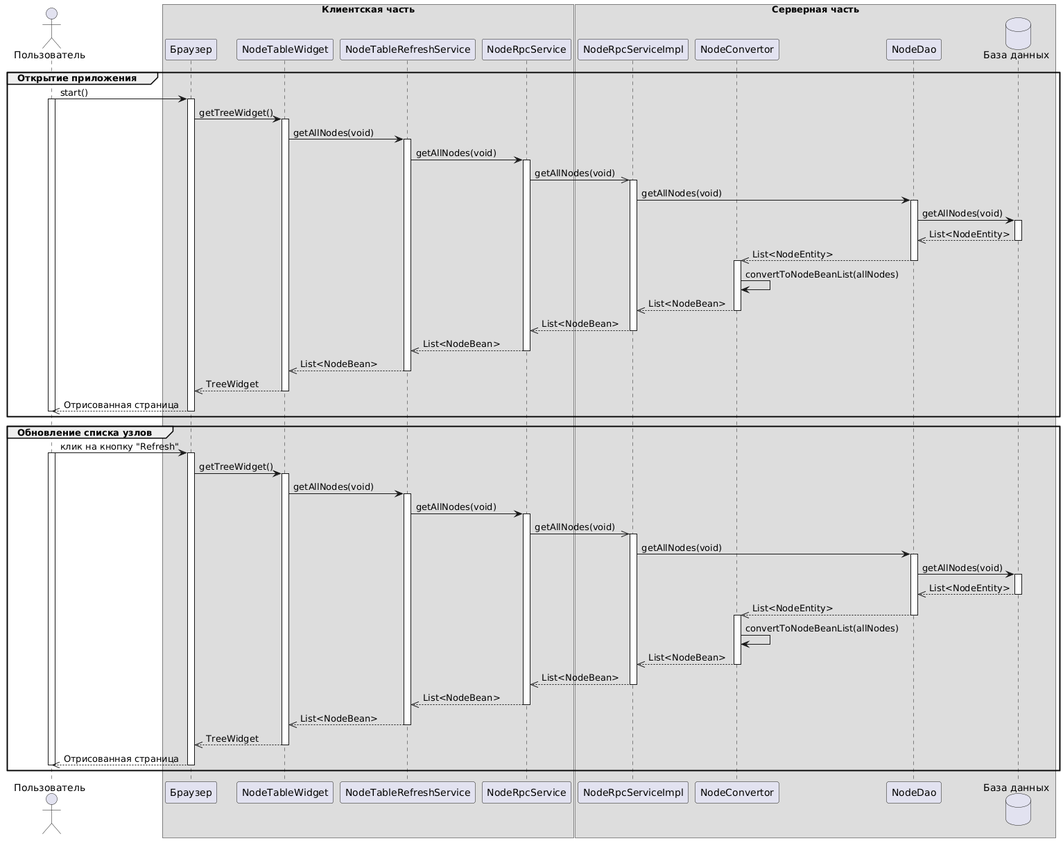
Earlier version of the PlantUML export docs/sequence-diagram.png (dbespa/gwt-tree).
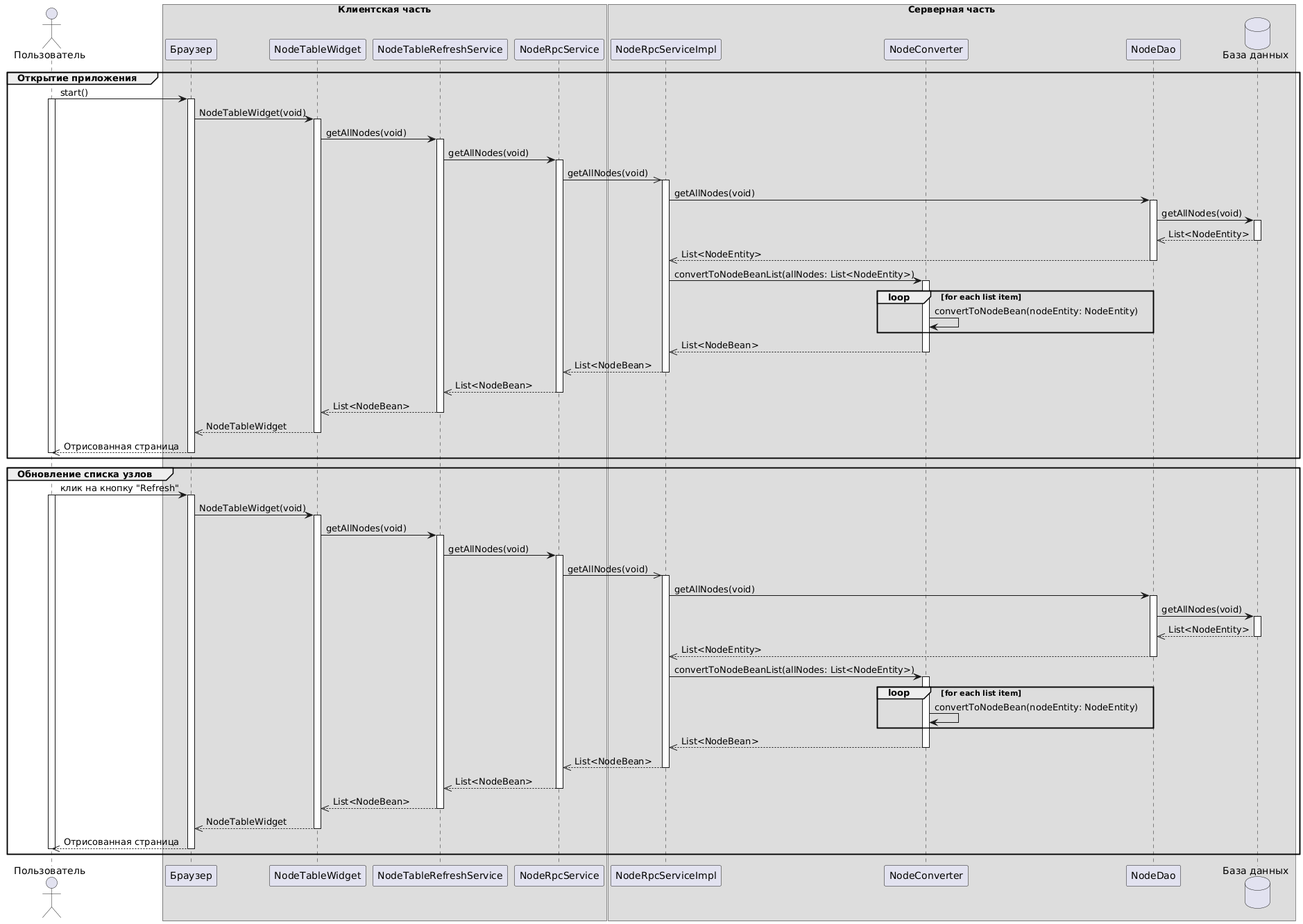
The same file after the commit.

What changed in the source:
```diff
@@ -8,7 +8,7 @@
 box end
 box "Серверная часть"
 participant "NodeRpcServiceImpl" as rpcServiceImpl
-participant "NodeConvertor" as converter
+participant "NodeConverter" as converter
 participant "NodeDao" as dao
 database "База данных" as db
 box end
@@ -17,7 +17,7 @@
 
 user -> browser++:start()
 activate user
-browser -> widget++:getTreeWidget()
+browser -> widget++:NodeTableWidget(void)
 widget -> refreshService++:getAllNodes(void)
 refreshService -> rpcService++:getAllNodes(void)
 rpcService ->> rpcServiceImpl++:getAllNodes(void)
@@ -25,14 +25,16 @@
 dao -> db++:getAllNodes(void)
 
 db -->> dao--:List<NodeEntity>
-dao -->> converter--:List<NodeEntity>
-activate converter
-converter -> converter: convertToNodeBeanList(allNodes)
+dao -->> rpcServiceImpl--:List<NodeEntity>
+rpcServiceImpl -> converter++: convertToNodeBeanList(allNodes: List<NodeEntity>)
+loop for each list item
+converter -> converter: convertToNodeBean(nodeEntity: NodeEntity)
+end
 converter -->> rpcServiceImpl--:List<NodeBean>
 rpcServiceImpl -->> rpcService--:List<NodeBean>
 rpcService -->> refreshService--:List<NodeBean>
 refreshService -->> widget--:List<NodeBean>
-widget -->> browser--:TreeWidget
+widget -->> browser--:NodeTableWidget
 browser -->> user--:Отрисованная страница
 deactivate user
 
@@ -42,7 +44,7 @@
 
 user -> browser++:клик на кнопку "Refresh"
 activate user
-browser -> widget++:getTreeWidget()
+browser -> widget++:NodeTableWidget(void)
 widget -> refreshService++:getAllNodes(void)
 refreshService -> rpcService++:getAllNodes(void)
 rpcService ->> rpcServiceImpl++:getAllNodes(void)
@@ -50,14 +52,16 @@
 dao -> db++:getAllNodes(void)
 
 db -->> dao--:List<NodeEntity>
-dao -->> converter--:List<NodeEntity>
-activate converter
-converter -> converter: convertToNodeBeanList(allNodes)
+dao -->> rpcServiceImpl--:List<NodeEntity>
+rpcServiceImpl -> converter++: convertToNodeBeanList(allNodes: List<NodeEntity>)
+loop for each list item
+converter -> converter: convertToNodeBean(nodeEntity: NodeEntity)
+end
 converter -->> rpcServiceImpl--:List<NodeBean>
 rpcServiceImpl -->> rpcService--:List<NodeBean>
 rpcService -->> refreshService--:List<NodeBean>
 refreshService -->> widget--:List<NodeBean>
-widget -->> browser--:TreeWidget
+widget -->> browser--:NodeTableWidget
 browser -->> user--:Отрисованная страница
 deactivate user
 
```
